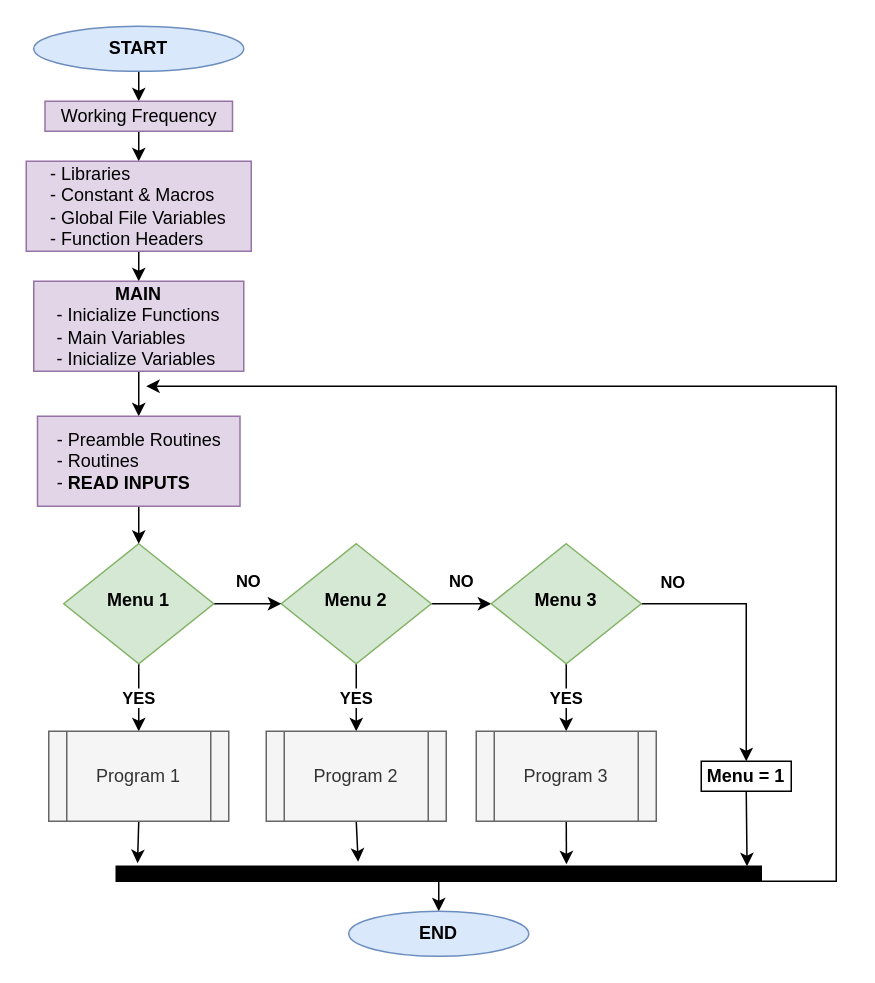
The draw.io diagram Relatorio_2/LabsisWebPage/image/fluxograma/MODEL_1.drawio in sergio1020881/LABSIS20202021, before the edit. Source tidied: cells renumbered, new cells numbered last; positions are measured from the earlier drawing's top-left corner, leaving out a move shared by most shapes. Both pictures are drawn from the tidied source at 150%, with x=0, y=0 at pixel (26, 26).
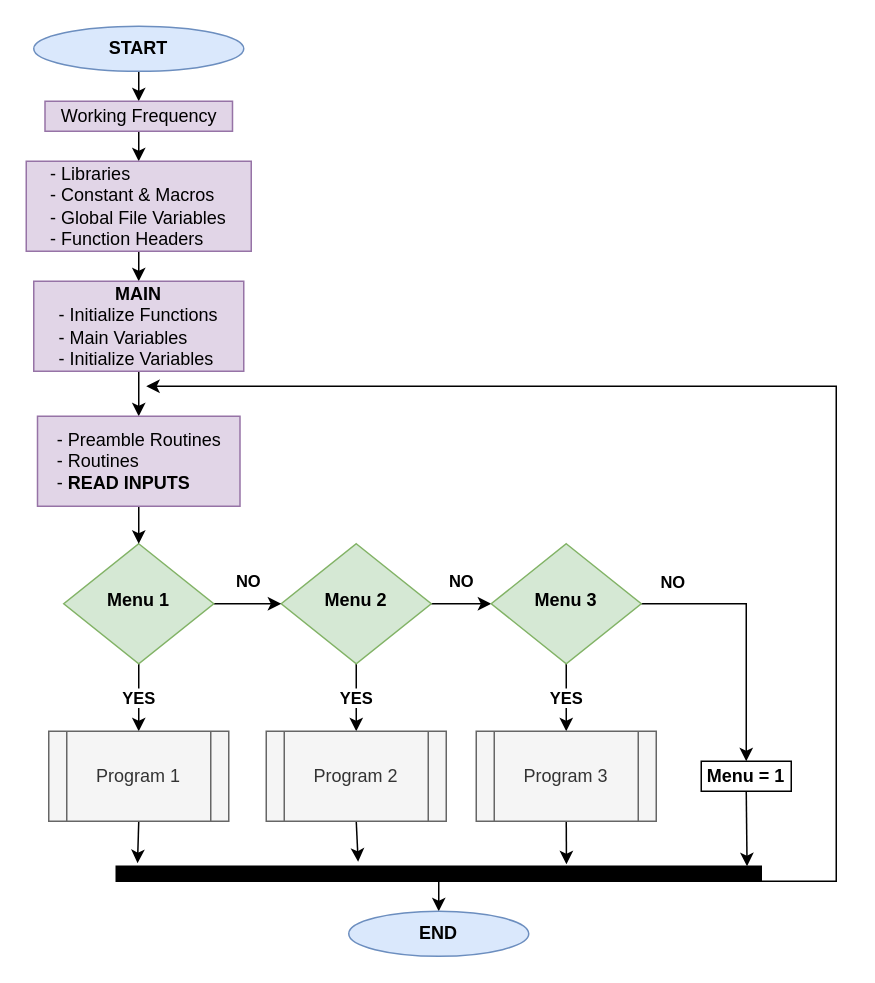
Above is the later version.

What changed in the source:
```diff
@@
-    <mxCell id="15" value="&lt;div&gt;&lt;b&gt;MAIN&lt;br&gt;&lt;/b&gt;&lt;/div&gt;&lt;div&gt;&lt;div align=&quot;left&quot;&gt;- Inicialize Functions&lt;br&gt;&lt;/div&gt;&lt;/div&gt;&lt;div align=&quot;left&quot;&gt;- Main Variables&lt;/div&gt;&lt;div align=&quot;left&quot;&gt;- Inicialize Variables&lt;/div&gt;" style="rounded=0;whiteSpace=wrap;html=1;fillColor=#e1d5e7;strokeColor=#9673a6;" parent="1" vertex="1">
+    <mxCell id="15" value="&lt;div&gt;&lt;b&gt;MAIN&lt;br&gt;&lt;/b&gt;&lt;/div&gt;&lt;div&gt;&lt;div align=&quot;left&quot;&gt;- Initialize Functions&lt;br&gt;&lt;/div&gt;&lt;/div&gt;&lt;div align=&quot;left&quot;&gt;- Main Variables&lt;/div&gt;&lt;div align=&quot;left&quot;&gt;- Initialize Variables&lt;/div&gt;" style="rounded=0;whiteSpace=wrap;html=1;fillColor=#e1d5e7;strokeColor=#9673a6;" parent="1" vertex="1">
       <mxGeometry x="5" y="170" width="140" height="60" as="geometry" />
     </mxCell>
```
